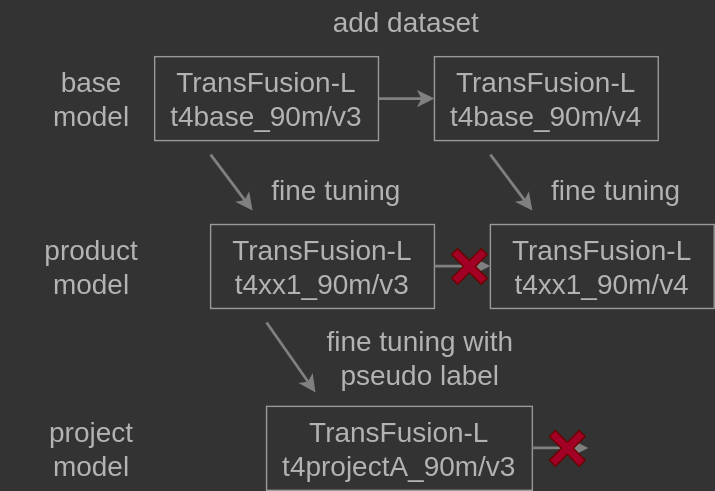
This is docs/fig/model_release.drawio.svg from tier4/AWML, a draw.io export, as it was before one commit. Source tidied: cells renumbered, new cells last; positions are measured from the earlier drawing's top-left corner, leaving out a move shared by most shapes.
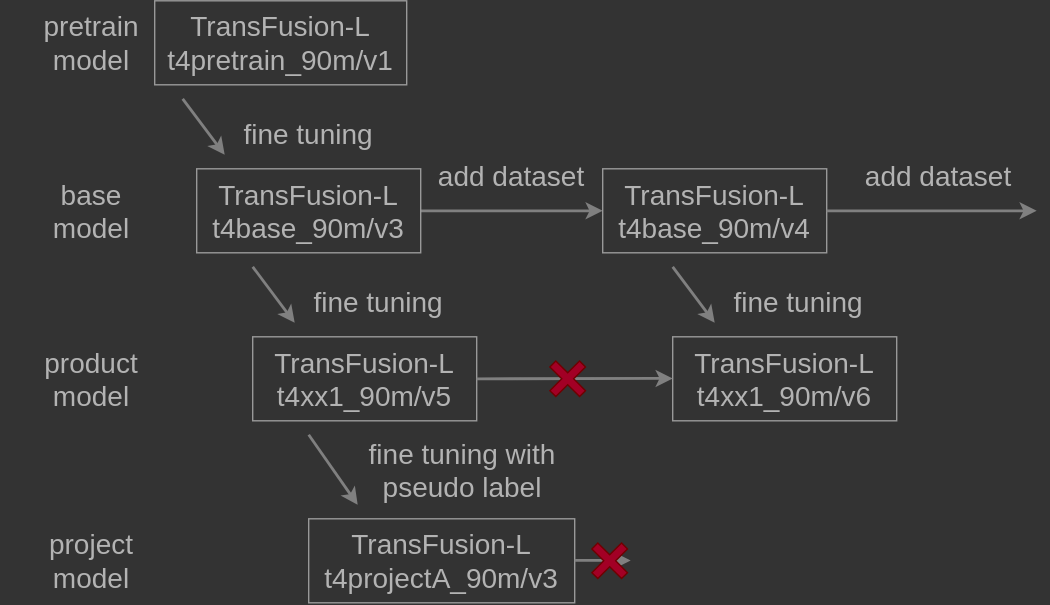
After the commit.

Diff of the diagram source:
```diff
@@ -6,76 +6,98 @@
       <mxGeometry relative="1" as="geometry" />
     </mxCell>
     <mxCell id="3" value="TransFusion-L&lt;br&gt;t4base_90m/v3" style="text;html=1;strokeColor=#999999;fillColor=none;align=center;verticalAlign=middle;whiteSpace=wrap;rounded=0;fontSize=20;fontColor=#B3B3B3;" parent="1" vertex="1">
-      <mxGeometry x="110" y="40" width="160" height="60" as="geometry" />
+      <mxGeometry x="130" y="120" width="160" height="60" as="geometry" />
     </mxCell>
     <mxCell id="4" value="base&lt;br&gt;model" style="text;html=1;strokeColor=none;fillColor=none;align=center;verticalAlign=middle;whiteSpace=wrap;rounded=0;fontSize=20;fontColor=#B3B3B3;" parent="1" vertex="1">
-      <mxGeometry y="40" width="130" height="60" as="geometry" />
+      <mxGeometry x="-10" y="120" width="130" height="60" as="geometry" />
     </mxCell>
     <mxCell id="5" value="TransFusion-L&lt;br&gt;t4base_90m/v4" style="text;html=1;strokeColor=#999999;fillColor=none;align=center;verticalAlign=middle;whiteSpace=wrap;rounded=0;fontSize=20;fontColor=#B3B3B3;" parent="1" vertex="1">
-      <mxGeometry x="310" y="40" width="160" height="60" as="geometry" />
+      <mxGeometry x="420" y="120" width="160" height="60" as="geometry" />
     </mxCell>
     <mxCell id="6" value="product&lt;br&gt;model" style="text;html=1;strokeColor=none;fillColor=none;align=center;verticalAlign=middle;whiteSpace=wrap;rounded=0;fontSize=20;fontColor=#B3B3B3;" parent="1" vertex="1">
-      <mxGeometry y="160" width="130" height="60" as="geometry" />
+      <mxGeometry x="-10" y="240" width="130" height="60" as="geometry" />
     </mxCell>
-    <mxCell id="7" value="TransFusion-L&lt;br&gt;t4xx1_90m/v4" style="text;html=1;strokeColor=#999999;fillColor=none;align=center;verticalAlign=middle;whiteSpace=wrap;rounded=0;fontSize=20;fontColor=#B3B3B3;" parent="1" vertex="1">
-      <mxGeometry x="350" y="160" width="160" height="60" as="geometry" />
+    <mxCell id="7" value="TransFusion-L&lt;br&gt;t4xx1_90m/v6" style="text;html=1;strokeColor=#999999;fillColor=none;align=center;verticalAlign=middle;whiteSpace=wrap;rounded=0;fontSize=20;fontColor=#B3B3B3;" parent="1" vertex="1">
+      <mxGeometry x="470" y="240" width="160" height="60" as="geometry" />
     </mxCell>
     <mxCell id="8" style="endArrow=classic;html=1;fontSize=20;fontColor=#B3B3B3;strokeWidth=2;strokeColor=#808080;" parent="1" edge="1">
       <mxGeometry relative="1" as="geometry">
-        <mxPoint x="350" y="110" as="sourcePoint" />
-        <mxPoint x="380" y="150" as="targetPoint" />
+        <mxPoint x="470" y="190" as="sourcePoint" />
+        <mxPoint x="500" y="230" as="targetPoint" />
       </mxGeometry>
     </mxCell>
     <mxCell id="9" value="fine tuning" style="text;html=1;strokeColor=none;fillColor=none;align=center;verticalAlign=middle;whiteSpace=wrap;rounded=0;fontSize=20;fontColor=#B3B3B3;" parent="1" vertex="1">
-      <mxGeometry x="370" y="120" width="140" height="30" as="geometry" />
+      <mxGeometry x="490" y="200" width="140" height="30" as="geometry" />
     </mxCell>
-    <mxCell id="10" value="TransFusion-L&lt;br&gt;t4xx1_90m/v3" style="text;html=1;strokeColor=#999999;fillColor=none;align=center;verticalAlign=middle;whiteSpace=wrap;rounded=0;fontSize=20;fontColor=#B3B3B3;" parent="1" vertex="1">
-      <mxGeometry x="150" y="160" width="160" height="60" as="geometry" />
+    <mxCell id="10" value="TransFusion-L&lt;br&gt;t4xx1_90m/v5" style="text;html=1;strokeColor=#999999;fillColor=none;align=center;verticalAlign=middle;whiteSpace=wrap;rounded=0;fontSize=20;fontColor=#B3B3B3;" parent="1" vertex="1">
+      <mxGeometry x="170" y="240" width="160" height="60" as="geometry" />
     </mxCell>
     <mxCell id="11" style="endArrow=classic;html=1;fontSize=20;fontColor=#B3B3B3;strokeWidth=2;strokeColor=#808080;" parent="1" edge="1">
       <mxGeometry relative="1" as="geometry">
-        <mxPoint x="150" y="110" as="sourcePoint" />
-        <mxPoint x="180" y="150" as="targetPoint" />
+        <mxPoint x="170" y="190" as="sourcePoint" />
+        <mxPoint x="200" y="230" as="targetPoint" />
       </mxGeometry>
     </mxCell>
     <mxCell id="12" value="fine tuning" style="text;html=1;strokeColor=none;fillColor=none;align=center;verticalAlign=middle;whiteSpace=wrap;rounded=0;fontSize=20;fontColor=#B3B3B3;" parent="1" vertex="1">
-      <mxGeometry x="170" y="120" width="140" height="30" as="geometry" />
+      <mxGeometry x="190" y="200" width="140" height="30" as="geometry" />
     </mxCell>
     <mxCell id="13" value="TransFusion-L&lt;br&gt;t4projectA_90m/v3" style="text;html=1;strokeColor=#999999;fillColor=none;align=center;verticalAlign=middle;whiteSpace=wrap;rounded=0;fontSize=20;fontColor=#B3B3B3;" parent="1" vertex="1">
-      <mxGeometry x="190" y="290" width="190" height="60" as="geometry" />
+      <mxGeometry x="210" y="370" width="190" height="60" as="geometry" />
     </mxCell>
     <mxCell id="14" style="endArrow=classic;html=1;fontSize=20;fontColor=#B3B3B3;strokeWidth=2;strokeColor=#808080;" parent="1" edge="1">
       <mxGeometry relative="1" as="geometry">
-        <mxPoint x="190" y="230" as="sourcePoint" />
-        <mxPoint x="225" y="280" as="targetPoint" />
+        <mxPoint x="210" y="310" as="sourcePoint" />
+        <mxPoint x="245" y="360" as="targetPoint" />
       </mxGeometry>
     </mxCell>
     <mxCell id="15" value="fine tuning with pseudo label" style="text;html=1;strokeColor=none;fillColor=none;align=center;verticalAlign=middle;whiteSpace=wrap;rounded=0;fontSize=20;fontColor=#B3B3B3;" parent="1" vertex="1">
-      <mxGeometry x="220" y="240" width="160" height="30" as="geometry" />
+      <mxGeometry x="240" y="320" width="160" height="30" as="geometry" />
     </mxCell>
     <mxCell id="16" value="project&lt;br&gt;model" style="text;html=1;strokeColor=none;fillColor=none;align=center;verticalAlign=middle;whiteSpace=wrap;rounded=0;fontSize=20;fontColor=#B3B3B3;" parent="1" vertex="1">
-      <mxGeometry y="290" width="130" height="60" as="geometry" />
+      <mxGeometry x="-10" y="370" width="130" height="60" as="geometry" />
     </mxCell>
     <mxCell id="17" style="endArrow=classic;html=1;fontSize=20;fontColor=#B3B3B3;strokeWidth=2;strokeColor=#808080;exitX=1;exitY=0.5;exitDx=0;exitDy=0;entryX=0;entryY=0.5;entryDx=0;entryDy=0;" parent="1" edge="1">
       <mxGeometry relative="1" as="geometry">
-        <mxPoint x="380" y="319.7" as="sourcePoint" />
-        <mxPoint x="420" y="319.7" as="targetPoint" />
+        <mxPoint x="400" y="399.7" as="sourcePoint" />
+        <mxPoint x="440" y="399.7" as="targetPoint" />
       </mxGeometry>
     </mxCell>
     <mxCell id="18" style="shape=cross;whiteSpace=wrap;html=1;strokeColor=#6F0000;rotation=45;fillColor=#a20025;fontColor=#ffffff;" parent="1" vertex="1">
-      <mxGeometry x="390" y="305" width="30" height="30" as="geometry" />
+      <mxGeometry x="410" y="385" width="30" height="30" as="geometry" />
     </mxCell>
-    <mxCell id="19" style="endArrow=classic;html=1;fontSize=20;fontColor=#B3B3B3;strokeWidth=2;strokeColor=#808080;exitX=1;exitY=0.5;exitDx=0;exitDy=0;entryX=0;entryY=0.5;entryDx=0;entryDy=0;" parent="1" edge="1">
+    <mxCell id="19" style="endArrow=classic;html=1;fontSize=20;fontColor=#B3B3B3;strokeWidth=2;strokeColor=#808080;exitX=1;exitY=0.5;exitDx=0;exitDy=0;entryX=0;entryY=0.5;entryDx=0;entryDy=0;" parent="1" edge="1" source="10">
       <mxGeometry relative="1" as="geometry">
-        <mxPoint x="310" y="189.7" as="sourcePoint" />
-        <mxPoint x="350" y="189.7" as="targetPoint" />
+        <mxPoint x="470" y="269.7" as="targetPoint" />
       </mxGeometry>
     </mxCell>
     <mxCell id="20" style="shape=cross;whiteSpace=wrap;html=1;strokeColor=#6F0000;rotation=45;fillColor=#a20025;fontColor=#ffffff;" parent="1" vertex="1">
-      <mxGeometry x="320" y="175" width="30" height="30" as="geometry" />
+      <mxGeometry x="380" y="255" width="30" height="30" as="geometry" />
     </mxCell>
     <mxCell id="21" value="add dataset" style="text;html=1;strokeColor=none;fillColor=none;align=center;verticalAlign=middle;whiteSpace=wrap;rounded=0;fontSize=20;fontColor=#B3B3B3;" parent="1" vertex="1">
-      <mxGeometry x="220" width="140" height="30" as="geometry" />
+      <mxGeometry x="290" y="110" width="130" height="30" as="geometry" />
     </mxCell>
+    <mxCell id="22" value="pretrain&lt;br&gt;model" style="text;html=1;strokeColor=none;fillColor=none;align=center;verticalAlign=middle;whiteSpace=wrap;rounded=0;fontSize=20;fontColor=#B3B3B3;" parent="1" vertex="1">
+      <mxGeometry x="-10" width="130" height="60" as="geometry" />
+    </mxCell>
+    <mxCell id="23" value="TransFusion-L&lt;br&gt;t4pretrain_90m/v1" style="text;html=1;strokeColor=#999999;fillColor=none;align=center;verticalAlign=middle;whiteSpace=wrap;rounded=0;fontSize=20;fontColor=#B3B3B3;" parent="1" vertex="1">
+      <mxGeometry x="100" width="180" height="60" as="geometry" />
+    </mxCell>
+    <mxCell id="24" style="endArrow=classic;html=1;fontSize=20;fontColor=#B3B3B3;strokeWidth=2;strokeColor=#808080;" parent="1" edge="1">
+      <mxGeometry relative="1" as="geometry">
+        <mxPoint x="120" y="70" as="sourcePoint" />
+        <mxPoint x="150" y="110" as="targetPoint" />
+      </mxGeometry>
+    </mxCell>
+    <mxCell id="25" value="fine tuning" style="text;html=1;strokeColor=none;fillColor=none;align=center;verticalAlign=middle;whiteSpace=wrap;rounded=0;fontSize=20;fontColor=#B3B3B3;" parent="1" vertex="1">
+      <mxGeometry x="140" y="80" width="140" height="30" as="geometry" />
+    </mxCell>
+    <mxCell id="26" style="endArrow=classic;html=1;fontSize=20;fontColor=#B3B3B3;strokeWidth=2;strokeColor=#808080;exitX=1;exitY=0.5;exitDx=0;exitDy=0;entryX=0;entryY=0.5;entryDx=0;entryDy=0;" parent="1" edge="1" source="5">
+      <mxGeometry relative="1" as="geometry">
+        <mxPoint x="730" y="150" as="targetPoint" />
+      </mxGeometry>
+    </mxCell>
+    <mxCell id="27" value="add dataset" style="text;html=1;strokeColor=none;fillColor=none;align=center;verticalAlign=middle;whiteSpace=wrap;rounded=0;fontSize=20;fontColor=#B3B3B3;" parent="1" vertex="1">
+      <mxGeometry x="590" y="110" width="140" height="30" as="geometry" />
+    </mxCell>
   </root>
 </mxGraphModel>
```
